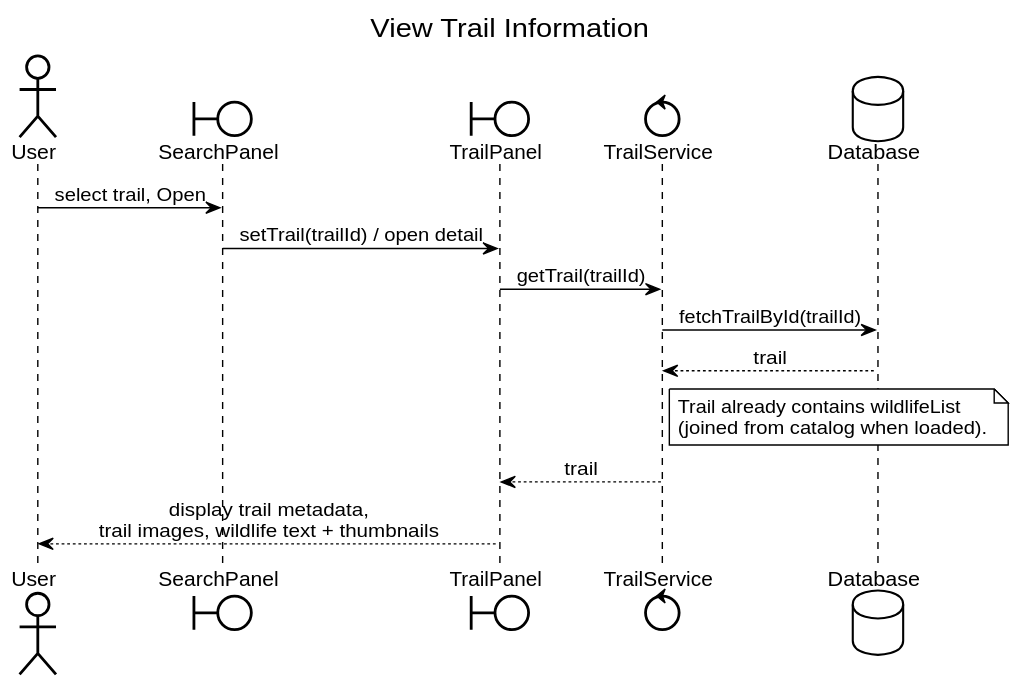
The PlantUML diagram uml-diagrams/svg/sequence/viewTrail.svg in milelime/Wildlife-Explorer, before a commit.
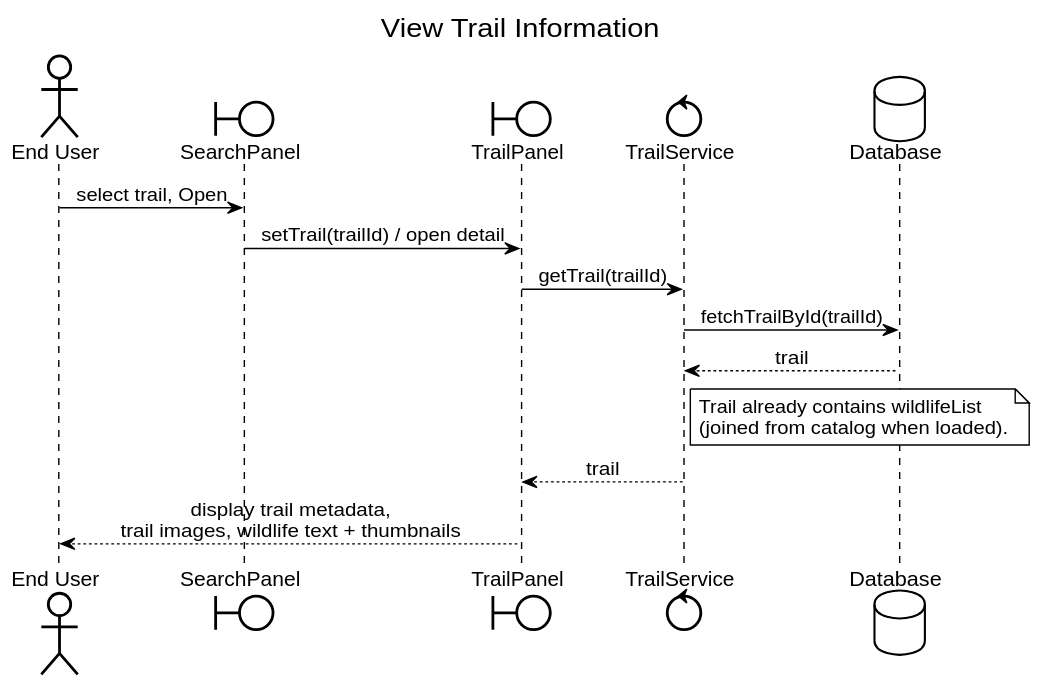
After the commit.

The edit, as a diff of the source:
```diff
@@ -72,13 +72,13 @@
 
 title View Trail Information
 
-actor User
+actor "End User" as EU
 boundary SearchPanel
 boundary TrailPanel
 control TrailService
 database Database
 
-User -> SearchPanel : select trail, Open
+EU -> SearchPanel : select trail, Open
 
 SearchPanel -> TrailPanel : setTrail(trailId) / open detail
 
@@ -93,6 +93,6 @@
 
 TrailService --> TrailPanel : trail
 
-TrailPanel --> User : display trail metadata,\ntrail images, wildlife text + thumbnails
+TrailPanel --> EU : display trail metadata,\ntrail images, wildlife text + thumbnails
 
 @enduml
```
